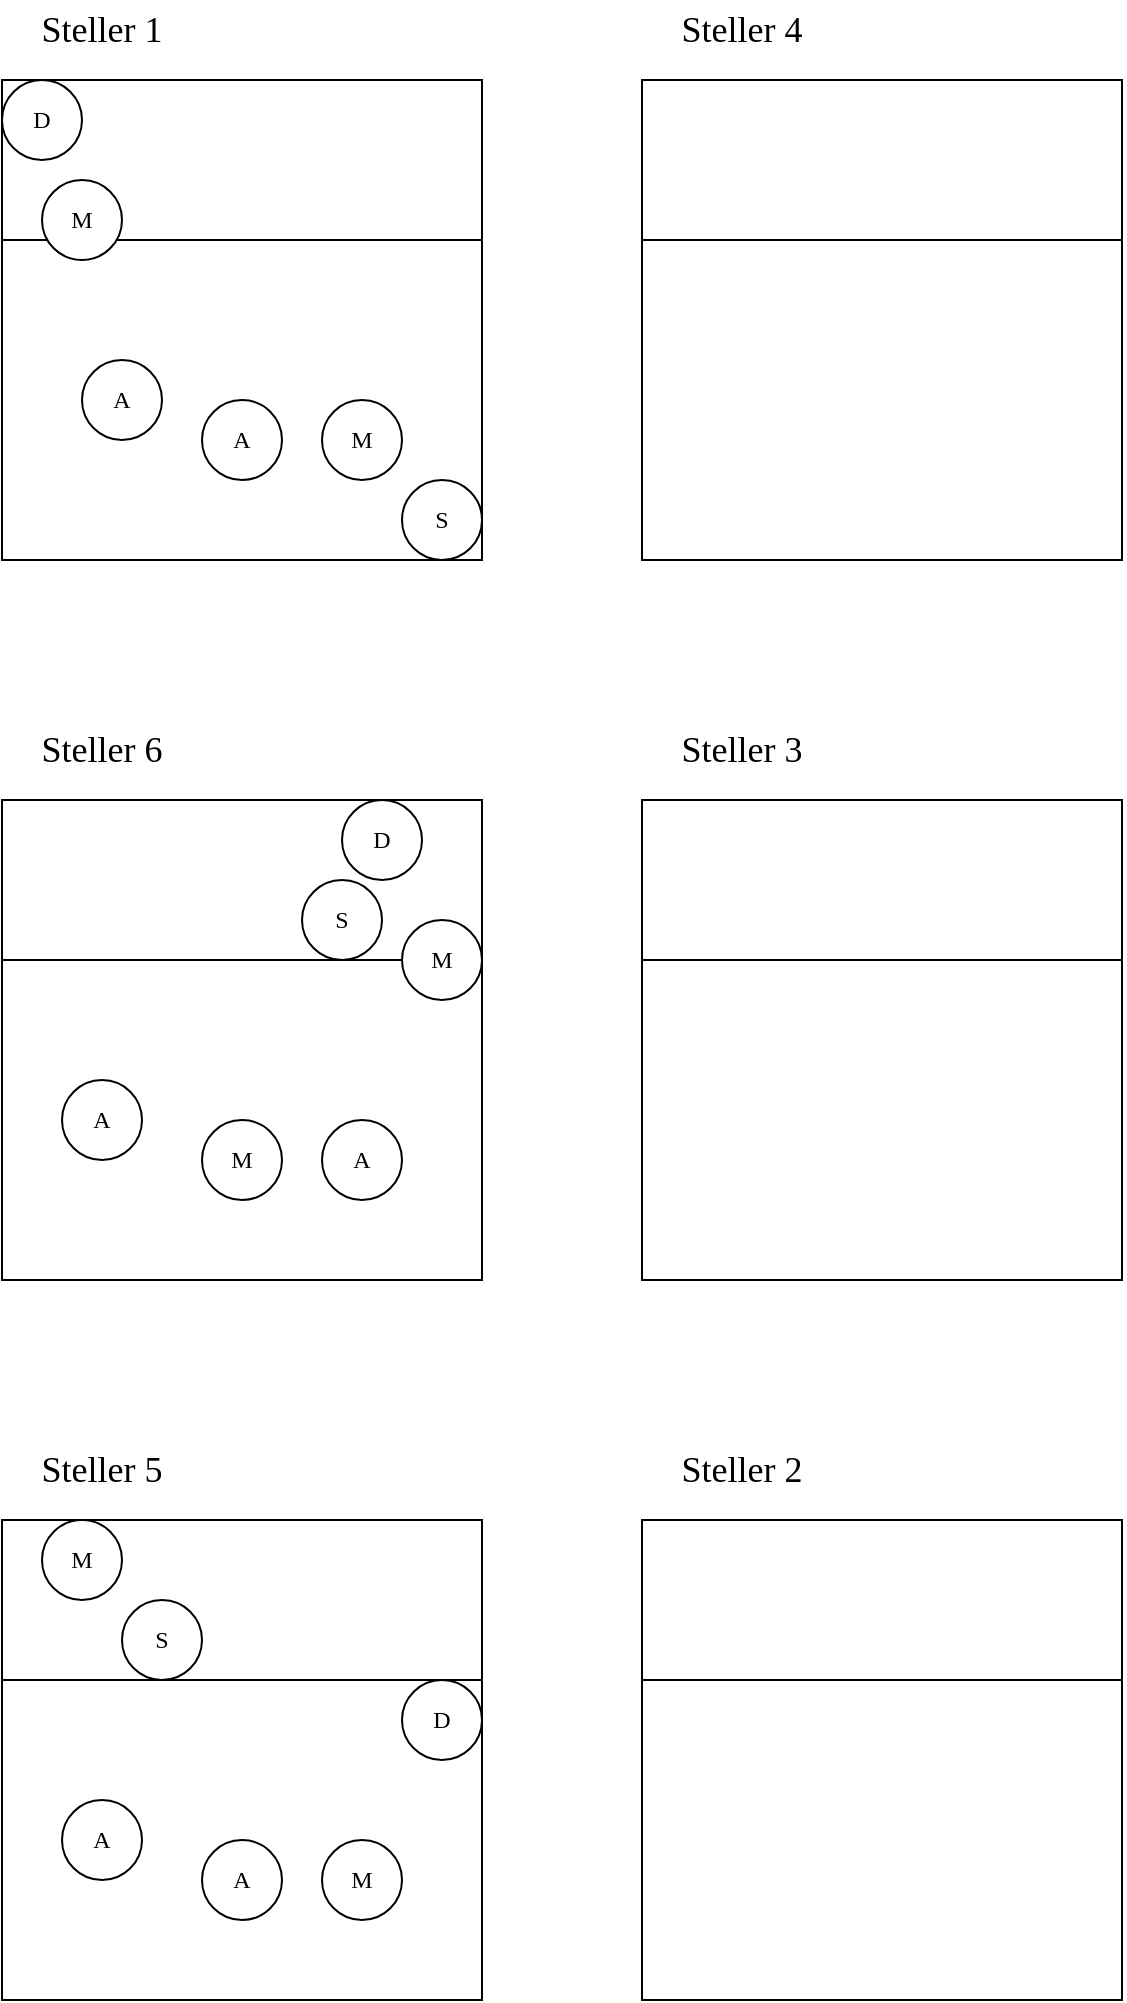
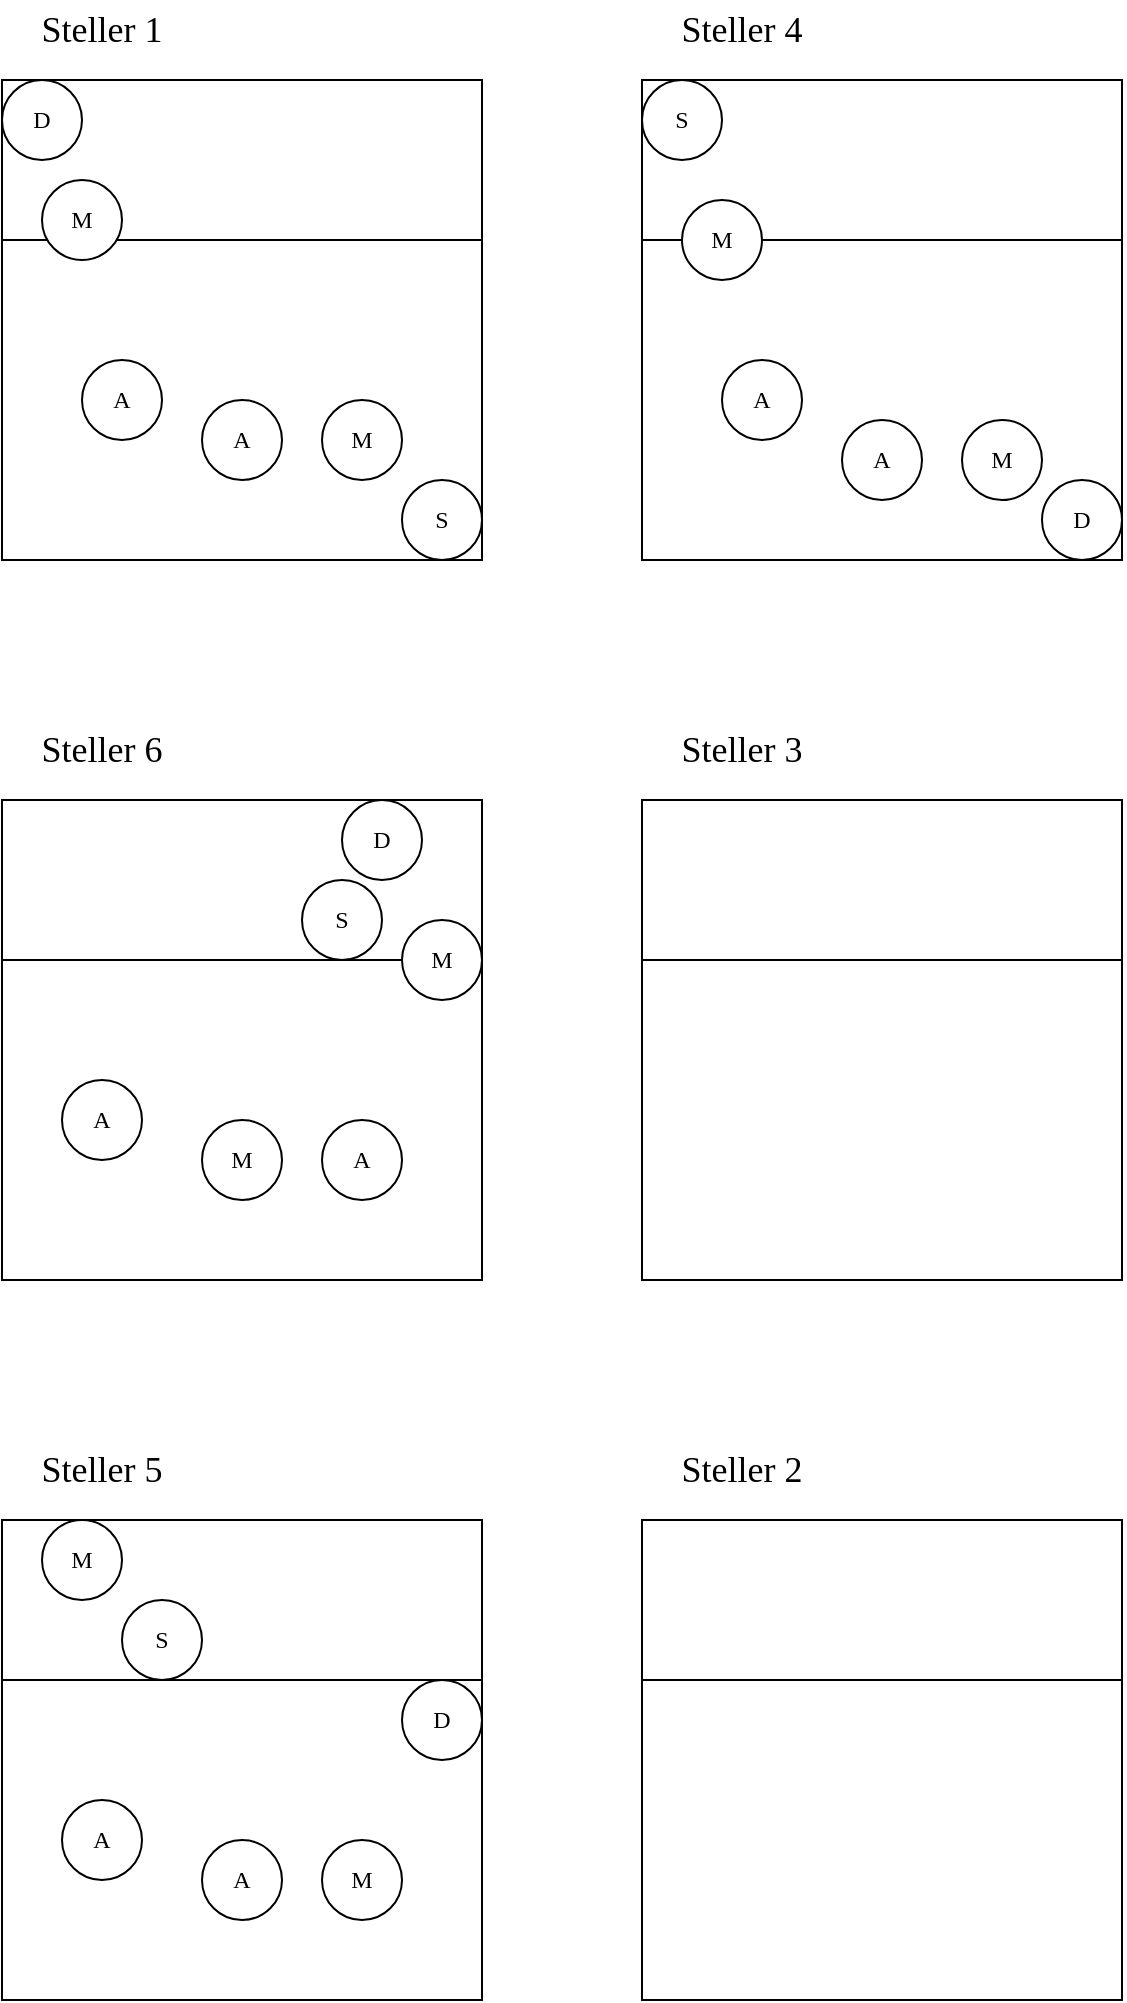
<mxfile host="app.diagrams.net">
  <diagram name="Page-1" id="OZOCQDVCYjE2PKczYgdL">
    <mxGraphModel dx="1885" dy="1025" grid="1" gridSize="10" guides="1" tooltips="1" connect="1" arrows="1" fold="1" page="1" pageScale="1" pageWidth="827" pageHeight="1169" math="0" shadow="0">
      <root>
        <mxCell id="0" />
        <mxCell id="1" parent="0" />
        <mxCell id="zb2oqQAUZKD-O9AmmNM2-22" connectable="0" parent="1" style="group" value="" vertex="1">
          <mxGeometry height="280" width="240" x="120" y="80" as="geometry" />
        </mxCell>
        <mxCell id="zb2oqQAUZKD-O9AmmNM2-3" connectable="0" parent="zb2oqQAUZKD-O9AmmNM2-22" style="group" value="" vertex="1">
          <mxGeometry height="240" width="240" y="40" as="geometry" />
        </mxCell>
        <mxCell id="zb2oqQAUZKD-O9AmmNM2-1" parent="zb2oqQAUZKD-O9AmmNM2-3" style="rounded=0;whiteSpace=wrap;html=1;" value="" vertex="1">
          <mxGeometry height="240" width="240" as="geometry" />
        </mxCell>
        <mxCell id="zb2oqQAUZKD-O9AmmNM2-2" edge="1" parent="zb2oqQAUZKD-O9AmmNM2-3" style="endArrow=none;html=1;rounded=0;" value="">
          <mxGeometry height="50" relative="1" width="50" as="geometry">
            <mxPoint y="80" as="sourcePoint" />
            <mxPoint x="240" y="80" as="targetPoint" />
          </mxGeometry>
        </mxCell>
        <mxCell id="zb2oqQAUZKD-O9AmmNM2-33" parent="zb2oqQAUZKD-O9AmmNM2-3" style="ellipse;whiteSpace=wrap;html=1;aspect=fixed;" value="&lt;font face=&quot;Fira Code&quot;&gt;S&lt;/font&gt;" vertex="1">
          <mxGeometry height="40" width="40" x="200" y="200" as="geometry" />
        </mxCell>
        <mxCell id="zb2oqQAUZKD-O9AmmNM2-34" parent="zb2oqQAUZKD-O9AmmNM2-3" style="ellipse;whiteSpace=wrap;html=1;aspect=fixed;" value="&lt;font face=&quot;Fira Code&quot;&gt;D&lt;/font&gt;" vertex="1">
          <mxGeometry height="40" width="40" as="geometry" />
        </mxCell>
        <mxCell id="zb2oqQAUZKD-O9AmmNM2-38" parent="zb2oqQAUZKD-O9AmmNM2-3" style="ellipse;whiteSpace=wrap;html=1;aspect=fixed;" value="&lt;font face=&quot;Fira Code&quot;&gt;M&lt;/font&gt;" vertex="1">
          <mxGeometry height="40" width="40" x="20" y="50" as="geometry" />
        </mxCell>
        <mxCell id="zb2oqQAUZKD-O9AmmNM2-35" parent="zb2oqQAUZKD-O9AmmNM2-3" style="ellipse;whiteSpace=wrap;html=1;aspect=fixed;" value="&lt;font face=&quot;Fira Code&quot;&gt;A&lt;/font&gt;" vertex="1">
          <mxGeometry height="40" width="40" x="40" y="140" as="geometry" />
        </mxCell>
        <mxCell id="zb2oqQAUZKD-O9AmmNM2-40" parent="zb2oqQAUZKD-O9AmmNM2-3" style="ellipse;whiteSpace=wrap;html=1;aspect=fixed;" value="&lt;font face=&quot;Fira Code&quot;&gt;A&lt;/font&gt;" vertex="1">
          <mxGeometry height="40" width="40" x="100" y="160" as="geometry" />
        </mxCell>
        <mxCell id="zb2oqQAUZKD-O9AmmNM2-41" parent="zb2oqQAUZKD-O9AmmNM2-3" style="ellipse;whiteSpace=wrap;html=1;aspect=fixed;" value="&lt;font face=&quot;Fira Code&quot;&gt;M&lt;/font&gt;" vertex="1">
          <mxGeometry height="40" width="40" x="160" y="160" as="geometry" />
        </mxCell>
        <mxCell id="zb2oqQAUZKD-O9AmmNM2-21" parent="zb2oqQAUZKD-O9AmmNM2-22" style="text;html=1;whiteSpace=wrap;strokeColor=none;fillColor=none;align=center;verticalAlign=middle;rounded=0;" value="&lt;font face=&quot;Fira Code&quot; style=&quot;font-size: 18px;&quot;&gt;Steller 1&lt;/font&gt;" vertex="1">
          <mxGeometry height="30" width="100" as="geometry" />
        </mxCell>
        <mxCell id="zb2oqQAUZKD-O9AmmNM2-24" connectable="0" parent="1" style="group" value="" vertex="1">
          <mxGeometry height="280" width="240" x="120" y="440" as="geometry" />
        </mxCell>
        <mxCell id="zb2oqQAUZKD-O9AmmNM2-4" connectable="0" parent="zb2oqQAUZKD-O9AmmNM2-24" style="group" value="" vertex="1">
          <mxGeometry height="240" width="240" y="40" as="geometry" />
        </mxCell>
        <mxCell id="zb2oqQAUZKD-O9AmmNM2-5" parent="zb2oqQAUZKD-O9AmmNM2-4" style="rounded=0;whiteSpace=wrap;html=1;" value="" vertex="1">
          <mxGeometry height="240" width="240" as="geometry" />
        </mxCell>
        <mxCell id="zb2oqQAUZKD-O9AmmNM2-6" edge="1" parent="zb2oqQAUZKD-O9AmmNM2-4" style="endArrow=none;html=1;rounded=0;" value="">
          <mxGeometry height="50" relative="1" width="50" as="geometry">
            <mxPoint y="80" as="sourcePoint" />
            <mxPoint x="240" y="80" as="targetPoint" />
          </mxGeometry>
        </mxCell>
        <mxCell id="zb2oqQAUZKD-O9AmmNM2-42" parent="zb2oqQAUZKD-O9AmmNM2-4" style="ellipse;whiteSpace=wrap;html=1;aspect=fixed;" value="&lt;font face=&quot;Fira Code&quot;&gt;S&lt;/font&gt;" vertex="1">
          <mxGeometry height="40" width="40" x="150" y="40" as="geometry" />
        </mxCell>
        <mxCell id="zb2oqQAUZKD-O9AmmNM2-43" parent="zb2oqQAUZKD-O9AmmNM2-4" style="ellipse;whiteSpace=wrap;html=1;aspect=fixed;" value="&lt;font face=&quot;Fira Code&quot;&gt;A&lt;/font&gt;" vertex="1">
          <mxGeometry height="40" width="40" x="160" y="160" as="geometry" />
        </mxCell>
        <mxCell id="zb2oqQAUZKD-O9AmmNM2-44" parent="zb2oqQAUZKD-O9AmmNM2-4" style="ellipse;whiteSpace=wrap;html=1;aspect=fixed;" value="&lt;font face=&quot;Fira Code&quot;&gt;M&lt;/font&gt;" vertex="1">
          <mxGeometry height="40" width="40" x="100" y="160" as="geometry" />
        </mxCell>
        <mxCell id="zb2oqQAUZKD-O9AmmNM2-45" parent="zb2oqQAUZKD-O9AmmNM2-4" style="ellipse;whiteSpace=wrap;html=1;aspect=fixed;" value="&lt;font face=&quot;Fira Code&quot;&gt;A&lt;/font&gt;" vertex="1">
          <mxGeometry height="40" width="40" x="30" y="140" as="geometry" />
        </mxCell>
        <mxCell id="zb2oqQAUZKD-O9AmmNM2-46" parent="zb2oqQAUZKD-O9AmmNM2-4" style="ellipse;whiteSpace=wrap;html=1;aspect=fixed;" value="&lt;font face=&quot;Fira Code&quot;&gt;M&lt;/font&gt;" vertex="1">
          <mxGeometry height="40" width="40" x="200" y="60" as="geometry" />
        </mxCell>
        <mxCell id="zb2oqQAUZKD-O9AmmNM2-47" parent="zb2oqQAUZKD-O9AmmNM2-4" style="ellipse;whiteSpace=wrap;html=1;aspect=fixed;" value="&lt;font face=&quot;Fira Code&quot;&gt;D&lt;/font&gt;" vertex="1">
          <mxGeometry height="40" width="40" x="170" as="geometry" />
        </mxCell>
        <mxCell id="zb2oqQAUZKD-O9AmmNM2-23" parent="zb2oqQAUZKD-O9AmmNM2-24" style="text;html=1;whiteSpace=wrap;strokeColor=none;fillColor=none;align=center;verticalAlign=middle;rounded=0;" value="&lt;font face=&quot;Fira Code&quot; style=&quot;font-size: 18px;&quot;&gt;Steller 6&lt;/font&gt;" vertex="1">
          <mxGeometry height="30" width="100" as="geometry" />
        </mxCell>
        <mxCell id="zb2oqQAUZKD-O9AmmNM2-26" connectable="0" parent="1" style="group" value="" vertex="1">
          <mxGeometry height="280" width="240" x="120" y="800" as="geometry" />
        </mxCell>
        <mxCell id="zb2oqQAUZKD-O9AmmNM2-7" connectable="0" parent="zb2oqQAUZKD-O9AmmNM2-26" style="group" value="" vertex="1">
          <mxGeometry height="240" width="240" y="40" as="geometry" />
        </mxCell>
        <mxCell id="zb2oqQAUZKD-O9AmmNM2-8" parent="zb2oqQAUZKD-O9AmmNM2-7" style="rounded=0;whiteSpace=wrap;html=1;" value="" vertex="1">
          <mxGeometry height="240" width="240" as="geometry" />
        </mxCell>
        <mxCell id="zb2oqQAUZKD-O9AmmNM2-9" edge="1" parent="zb2oqQAUZKD-O9AmmNM2-7" style="endArrow=none;html=1;rounded=0;" value="">
          <mxGeometry height="50" relative="1" width="50" as="geometry">
            <mxPoint y="80" as="sourcePoint" />
            <mxPoint x="240" y="80" as="targetPoint" />
          </mxGeometry>
        </mxCell>
        <mxCell id="AQSm3BmQBUWCDuCb71Ed-1" parent="zb2oqQAUZKD-O9AmmNM2-7" style="ellipse;whiteSpace=wrap;html=1;aspect=fixed;direction=south;" value="&lt;font face=&quot;Fira Code&quot;&gt;S&lt;/font&gt;" vertex="1">
          <mxGeometry height="40" width="40" x="60" y="40" as="geometry" />
        </mxCell>
        <mxCell id="AQSm3BmQBUWCDuCb71Ed-2" parent="zb2oqQAUZKD-O9AmmNM2-7" style="ellipse;whiteSpace=wrap;html=1;aspect=fixed;" value="&lt;font face=&quot;Fira Code&quot;&gt;M&lt;/font&gt;" vertex="1">
          <mxGeometry height="40" width="40" x="20" as="geometry" />
        </mxCell>
        <mxCell id="AQSm3BmQBUWCDuCb71Ed-3" parent="zb2oqQAUZKD-O9AmmNM2-7" style="ellipse;whiteSpace=wrap;html=1;aspect=fixed;" value="&lt;font face=&quot;Fira Code&quot;&gt;M&lt;/font&gt;" vertex="1">
          <mxGeometry height="40" width="40" x="160" y="160" as="geometry" />
        </mxCell>
        <mxCell id="AQSm3BmQBUWCDuCb71Ed-4" parent="zb2oqQAUZKD-O9AmmNM2-7" style="ellipse;whiteSpace=wrap;html=1;aspect=fixed;" value="&lt;font face=&quot;Fira Code&quot;&gt;A&lt;/font&gt;" vertex="1">
          <mxGeometry height="40" width="40" x="100" y="160" as="geometry" />
        </mxCell>
        <mxCell id="AQSm3BmQBUWCDuCb71Ed-5" parent="zb2oqQAUZKD-O9AmmNM2-7" style="ellipse;whiteSpace=wrap;html=1;aspect=fixed;" value="&lt;font face=&quot;Fira Code&quot;&gt;A&lt;/font&gt;" vertex="1">
          <mxGeometry height="40" width="40" x="30" y="140" as="geometry" />
        </mxCell>
        <mxCell id="AQSm3BmQBUWCDuCb71Ed-6" parent="zb2oqQAUZKD-O9AmmNM2-7" style="ellipse;whiteSpace=wrap;html=1;aspect=fixed;" value="&lt;font face=&quot;Fira Code&quot;&gt;D&lt;/font&gt;" vertex="1">
          <mxGeometry height="40" width="40" x="200" y="80" as="geometry" />
        </mxCell>
        <mxCell id="zb2oqQAUZKD-O9AmmNM2-25" parent="zb2oqQAUZKD-O9AmmNM2-26" style="text;html=1;whiteSpace=wrap;strokeColor=none;fillColor=none;align=center;verticalAlign=middle;rounded=0;" value="&lt;font face=&quot;Fira Code&quot; style=&quot;font-size: 18px;&quot;&gt;Steller 5&lt;/font&gt;" vertex="1">
          <mxGeometry height="30" width="100" as="geometry" />
        </mxCell>
        <mxCell id="zb2oqQAUZKD-O9AmmNM2-28" connectable="0" parent="1" style="group" value="" vertex="1">
          <mxGeometry height="280" width="240" x="440" y="80" as="geometry" />
        </mxCell>
        <mxCell id="zb2oqQAUZKD-O9AmmNM2-10" connectable="0" parent="zb2oqQAUZKD-O9AmmNM2-28" style="group" value="" vertex="1">
          <mxGeometry height="240" width="240" y="40" as="geometry" />
        </mxCell>
        <mxCell id="zb2oqQAUZKD-O9AmmNM2-11" parent="zb2oqQAUZKD-O9AmmNM2-10" style="rounded=0;whiteSpace=wrap;html=1;" value="" vertex="1">
          <mxGeometry height="240" width="240" as="geometry" />
        </mxCell>
        <mxCell id="zb2oqQAUZKD-O9AmmNM2-12" edge="1" parent="zb2oqQAUZKD-O9AmmNM2-10" style="endArrow=none;html=1;rounded=0;" value="">
          <mxGeometry height="50" relative="1" width="50" as="geometry">
            <mxPoint y="80" as="sourcePoint" />
            <mxPoint x="240" y="80" as="targetPoint" />
          </mxGeometry>
        </mxCell>
+         <mxCell id="AQSm3BmQBUWCDuCb71Ed-7" parent="zb2oqQAUZKD-O9AmmNM2-10" style="ellipse;whiteSpace=wrap;html=1;aspect=fixed;" value="&lt;font face=&quot;Fira Code&quot;&gt;S&lt;/font&gt;" vertex="1">
+           <mxGeometry height="40" width="40" as="geometry" />
+         </mxCell>
+         <mxCell id="AQSm3BmQBUWCDuCb71Ed-9" parent="zb2oqQAUZKD-O9AmmNM2-10" style="ellipse;whiteSpace=wrap;html=1;aspect=fixed;" value="&lt;font face=&quot;Fira Code&quot;&gt;D&lt;/font&gt;" vertex="1">
+           <mxGeometry height="40" width="40" x="200" y="200" as="geometry" />
+         </mxCell>
+         <mxCell id="AQSm3BmQBUWCDuCb71Ed-11" parent="zb2oqQAUZKD-O9AmmNM2-10" style="ellipse;whiteSpace=wrap;html=1;aspect=fixed;" value="&lt;font face=&quot;Fira Code&quot;&gt;M&lt;/font&gt;" vertex="1">
+           <mxGeometry height="40" width="40" x="20" y="60" as="geometry" />
+         </mxCell>
+         <mxCell id="AQSm3BmQBUWCDuCb71Ed-12" parent="zb2oqQAUZKD-O9AmmNM2-10" style="ellipse;whiteSpace=wrap;html=1;aspect=fixed;" value="&lt;font face=&quot;Fira Code&quot;&gt;M&lt;/font&gt;" vertex="1">
+           <mxGeometry height="40" width="40" x="160" y="170" as="geometry" />
+         </mxCell>
+         <mxCell id="AQSm3BmQBUWCDuCb71Ed-10" parent="zb2oqQAUZKD-O9AmmNM2-10" style="ellipse;whiteSpace=wrap;html=1;aspect=fixed;" value="&lt;font face=&quot;Fira Code&quot;&gt;A&lt;/font&gt;" vertex="1">
+           <mxGeometry height="40" width="40" x="40" y="140" as="geometry" />
+         </mxCell>
+         <mxCell id="AQSm3BmQBUWCDuCb71Ed-13" parent="zb2oqQAUZKD-O9AmmNM2-10" style="ellipse;whiteSpace=wrap;html=1;aspect=fixed;" value="&lt;font face=&quot;Fira Code&quot;&gt;A&lt;/font&gt;" vertex="1">
+           <mxGeometry height="40" width="40" x="100" y="170" as="geometry" />
+         </mxCell>
        <mxCell id="zb2oqQAUZKD-O9AmmNM2-27" parent="zb2oqQAUZKD-O9AmmNM2-28" style="text;html=1;whiteSpace=wrap;strokeColor=none;fillColor=none;align=center;verticalAlign=middle;rounded=0;" value="&lt;font face=&quot;Fira Code&quot; style=&quot;font-size: 18px;&quot;&gt;Steller 4&lt;/font&gt;" vertex="1">
          <mxGeometry height="30" width="100" as="geometry" />
        </mxCell>
        <mxCell id="zb2oqQAUZKD-O9AmmNM2-30" connectable="0" parent="1" style="group" value="" vertex="1">
          <mxGeometry height="280" width="240" x="440" y="440" as="geometry" />
        </mxCell>
        <mxCell id="zb2oqQAUZKD-O9AmmNM2-13" connectable="0" parent="zb2oqQAUZKD-O9AmmNM2-30" style="group" value="" vertex="1">
          <mxGeometry height="240" width="240" y="40" as="geometry" />
        </mxCell>
        <mxCell id="zb2oqQAUZKD-O9AmmNM2-14" parent="zb2oqQAUZKD-O9AmmNM2-13" style="rounded=0;whiteSpace=wrap;html=1;" value="" vertex="1">
          <mxGeometry height="240" width="240" as="geometry" />
        </mxCell>
        <mxCell id="zb2oqQAUZKD-O9AmmNM2-15" edge="1" parent="zb2oqQAUZKD-O9AmmNM2-13" style="endArrow=none;html=1;rounded=0;" value="">
          <mxGeometry height="50" relative="1" width="50" as="geometry">
            <mxPoint y="80" as="sourcePoint" />
            <mxPoint x="240" y="80" as="targetPoint" />
          </mxGeometry>
        </mxCell>
        <mxCell id="zb2oqQAUZKD-O9AmmNM2-29" parent="zb2oqQAUZKD-O9AmmNM2-30" style="text;html=1;whiteSpace=wrap;strokeColor=none;fillColor=none;align=center;verticalAlign=middle;rounded=0;" value="&lt;font face=&quot;Fira Code&quot; style=&quot;font-size: 18px;&quot;&gt;Steller 3&lt;/font&gt;" vertex="1">
          <mxGeometry height="30" width="100" as="geometry" />
        </mxCell>
        <mxCell id="zb2oqQAUZKD-O9AmmNM2-32" connectable="0" parent="1" style="group" value="" vertex="1">
          <mxGeometry height="280" width="240" x="440" y="800" as="geometry" />
        </mxCell>
        <mxCell id="zb2oqQAUZKD-O9AmmNM2-16" connectable="0" parent="zb2oqQAUZKD-O9AmmNM2-32" style="group" value="" vertex="1">
          <mxGeometry height="240" width="240" y="40" as="geometry" />
        </mxCell>
        <mxCell id="zb2oqQAUZKD-O9AmmNM2-17" parent="zb2oqQAUZKD-O9AmmNM2-16" style="rounded=0;whiteSpace=wrap;html=1;" value="" vertex="1">
          <mxGeometry height="240" width="240" as="geometry" />
        </mxCell>
        <mxCell id="zb2oqQAUZKD-O9AmmNM2-18" edge="1" parent="zb2oqQAUZKD-O9AmmNM2-16" style="endArrow=none;html=1;rounded=0;" value="">
          <mxGeometry height="50" relative="1" width="50" as="geometry">
            <mxPoint y="80" as="sourcePoint" />
            <mxPoint x="240" y="80" as="targetPoint" />
          </mxGeometry>
        </mxCell>
        <mxCell id="zb2oqQAUZKD-O9AmmNM2-31" parent="zb2oqQAUZKD-O9AmmNM2-32" style="text;html=1;whiteSpace=wrap;strokeColor=none;fillColor=none;align=center;verticalAlign=middle;rounded=0;" value="&lt;font face=&quot;Fira Code&quot; style=&quot;font-size: 18px;&quot;&gt;Steller 2&lt;/font&gt;" vertex="1">
          <mxGeometry height="30" width="100" as="geometry" />
        </mxCell>
      </root>
    </mxGraphModel>
  </diagram>
</mxfile>
